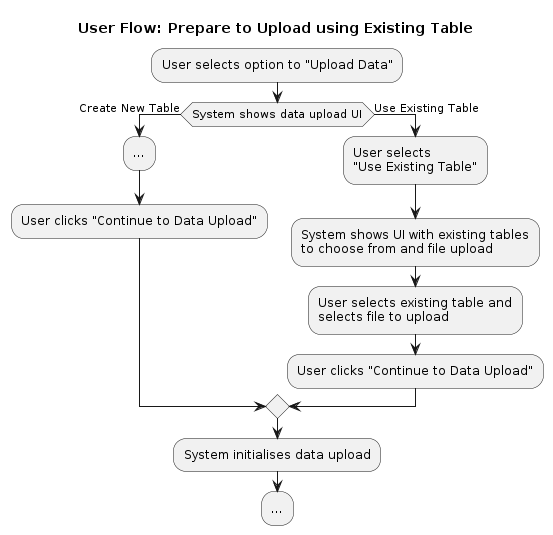
Before: docs/design/images/user-flow-prepare-to-upload-using-existing-table.png, a diagram exported from PlantUML (signekb/seedcase-sprout).
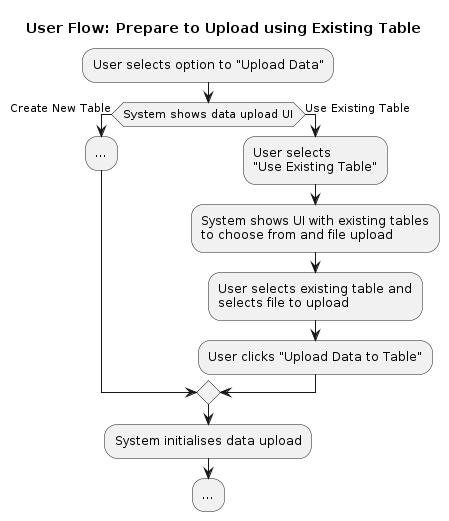
The same file after the commit.

Commit message:
docs: update user flow subparts to follow main diagram

Change to the diagram source:
```diff
@@ -5,14 +5,13 @@
 :User selects option to "Upload Data";
 if (System shows data upload UI) then (Create New Table)
   :...;
-  :User clicks "Continue to Data Upload";
 else (Use Existing Table)
     :User selects\n"Use Existing Table";
     :System shows UI with existing tables
     to choose from and file upload;
     :User selects existing table and
     selects file to upload;
-    :User clicks "Continue to Data Upload";
+    :User clicks "Upload Data to Table";
 endif
 :System initialises data upload;
 :...;
```
